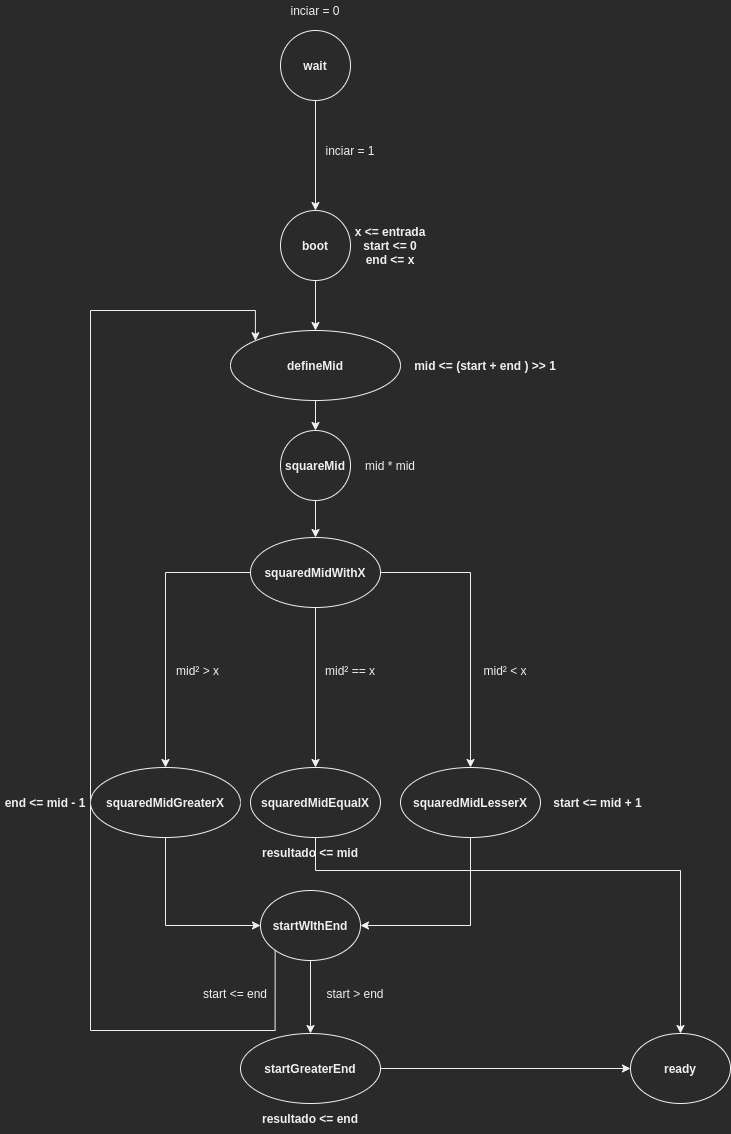
LeoGCRocha/sqrt-vhdl keeps this draw.io diagram as FSM.png. Above is the earlier version. Source tidied: cells renumbered, new cells last; positions are measured from the earlier drawing's top-left corner, leaving out a move shared by most shapes.
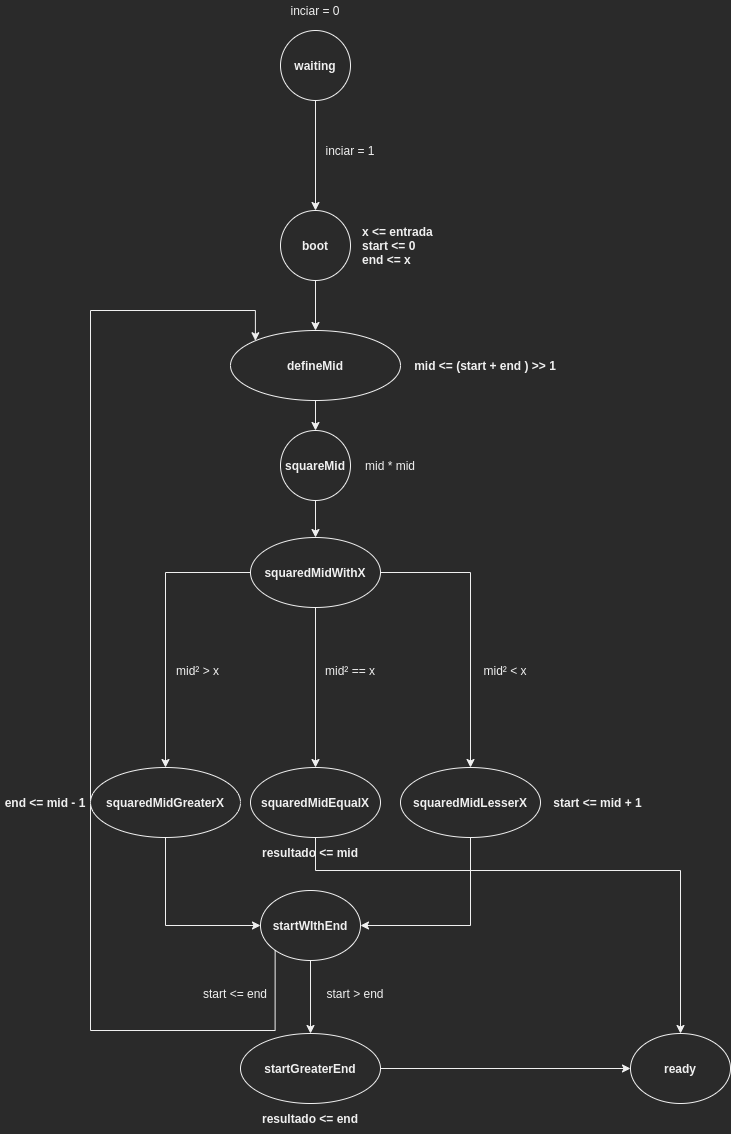
After the change.

Commit message:
Output signals implemented 	modified:   FSM.drawio 	modified:   FSM.png 	modified:   Output signals from BC.jpg 	modified:   sqrt_bc.vhd

Change to the diagram source:
```diff
@@ -5,7 +5,7 @@
     <mxCell id="2" style="edgeStyle=orthogonalEdgeStyle;rounded=0;jettySize=auto;html=1;entryX=0.5;entryY=0;entryDx=0;entryDy=0;" parent="1" edge="1" source="3" target="5">
       <mxGeometry relative="1" as="geometry" />
     </mxCell>
-    <mxCell id="3" value="&lt;b&gt;wait&lt;/b&gt;" style="ellipse;whiteSpace=wrap;html=1;" parent="1" vertex="1">
+    <mxCell id="3" value="&lt;b&gt;waiting&lt;/b&gt;" style="ellipse;whiteSpace=wrap;html=1;" parent="1" vertex="1">
       <mxGeometry x="280" y="30" width="70" height="70" as="geometry" />
     </mxCell>
     <mxCell id="4" style="edgeStyle=orthogonalEdgeStyle;rounded=0;jettySize=auto;html=1;entryX=0.5;entryY=0;entryDx=0;entryDy=0;" parent="1" edge="1" source="5" target="27">
@@ -74,8 +74,8 @@
     <mxCell id="21" value="inciar = 0" style="text;html=1;strokeColor=none;fillColor=none;align=center;verticalAlign=middle;whiteSpace=wrap;rounded=0;" parent="1" vertex="1">
       <mxGeometry x="270" width="90" height="20" as="geometry" />
     </mxCell>
-    <mxCell id="22" value="&lt;b&gt;x &amp;lt;= entrada&lt;br&gt;start &amp;lt;=&amp;nbsp;0&lt;br&gt;end &amp;lt;=&amp;nbsp;x&lt;/b&gt;" style="text;html=1;strokeColor=none;fillColor=none;align=center;verticalAlign=middle;whiteSpace=wrap;rounded=0;" parent="1" vertex="1">
-      <mxGeometry x="350" y="210" width="80" height="70" as="geometry" />
+    <mxCell id="22" value="&lt;b&gt;x &amp;lt;= entrada&lt;br&gt;start &amp;lt;=&amp;nbsp;0&lt;br&gt;end &amp;lt;=&amp;nbsp;x&lt;/b&gt;" style="text;html=1;strokeColor=none;fillColor=none;align=left;verticalAlign=middle;whiteSpace=wrap;rounded=0;" parent="1" vertex="1">
+      <mxGeometry x="360" y="210" width="80" height="70" as="geometry" />
     </mxCell>
     <mxCell id="23" value="mid² &amp;gt; x" style="text;html=1;strokeColor=none;fillColor=none;align=center;verticalAlign=middle;whiteSpace=wrap;rounded=0;" parent="1" vertex="1">
       <mxGeometry x="165" y="660" width="65" height="20" as="geometry" />
```
